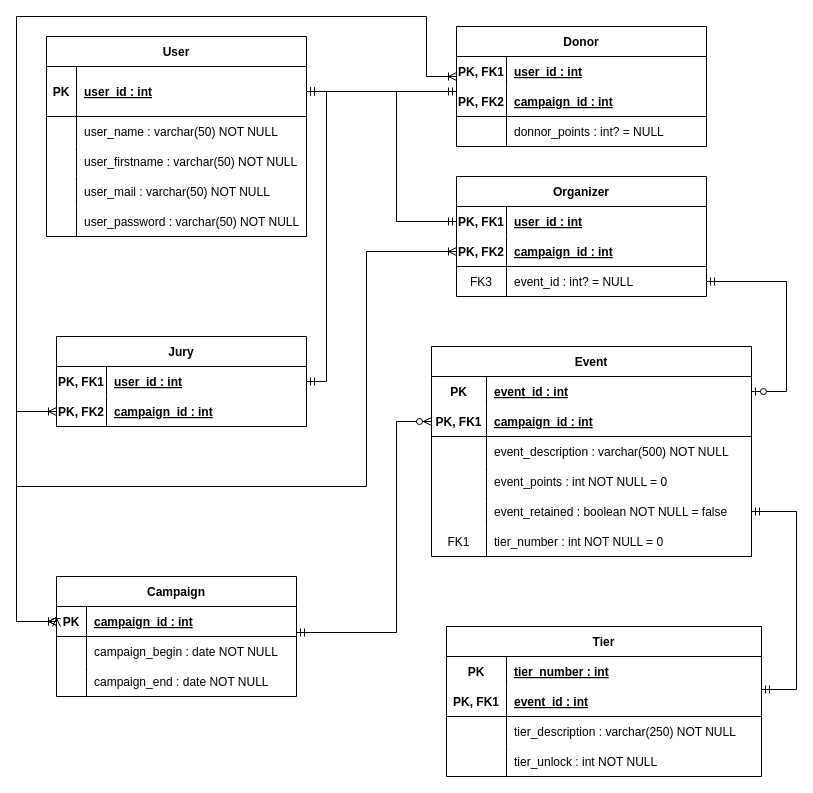
Before: sql/ER_Diagram_DB.drawio in Pierron-Lucas/PHP-EVENT-IO, a draw.io diagram. Source tidied: cells renumbered, new cells numbered last; positions are measured from the earlier drawing's top-left corner, leaving out a move shared by most shapes. Both pictures are drawn from the tidied source at 100%, with x=0, y=0 at pixel (16, 16).
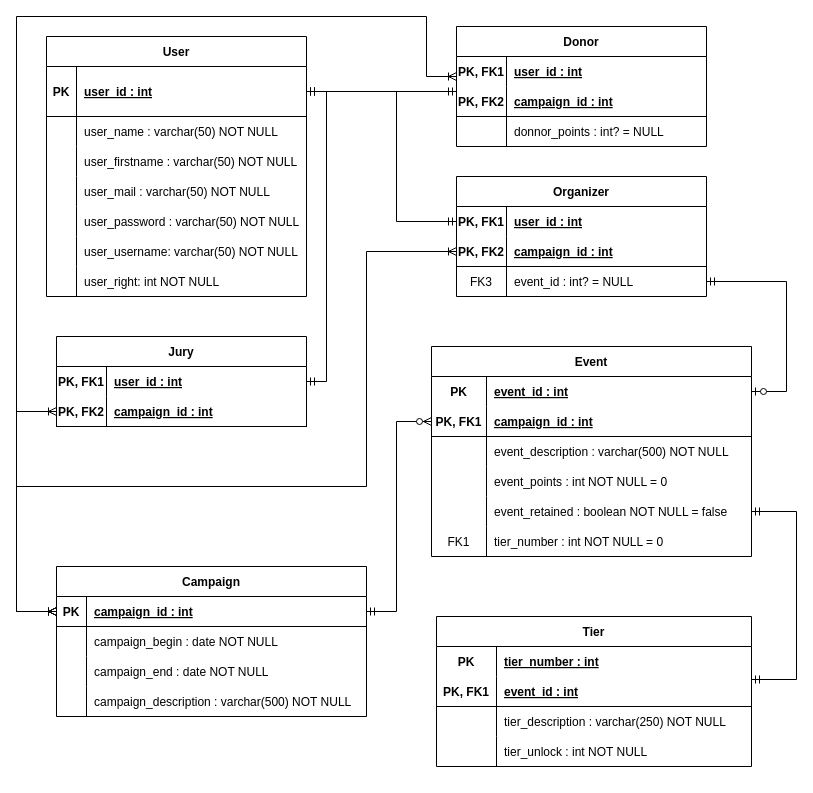
After the change.

Unchanged cells that the change refers to:
```xml
<mxCell id="6" style="shape=tableRow;horizontal=0;startSize=0;swimlaneHead=0;swimlaneBody=0;fillColor=none;points=[[0,0.5],[1,0.5]];portConstraint=eastwest;top=0;left=0;right=0;bottom=1;" parent="2" vertex="1">
  <mxGeometry y="60" width="250" height="30" as="geometry" />
</mxCell>
<mxCell id="34" style="shape=tableRow;horizontal=0;startSize=0;swimlaneHead=0;swimlaneBody=0;fillColor=none;points=[[0,0.5],[1,0.5]];portConstraint=eastwest;top=0;left=0;right=0;bottom=1;" parent="30" vertex="1">
  <mxGeometry y="60" width="250" height="30" as="geometry" />
</mxCell>
<mxCell id="64" style="shape=partialRectangle;fillColor=none;top=0;left=0;bottom=1;right=0;points=[[0,0.5],[1,0.5]];portConstraint=eastwest;" parent="60" vertex="1">
  <mxGeometry y="60" width="320" height="30" as="geometry" />
</mxCell>
<mxCell id="73" style="shape=partialRectangle;fillColor=none;top=0;left=0;bottom=0;right=0;points=[[0,0.5],[1,0.5]];portConstraint=eastwest;" parent="60" vertex="1">
  <mxGeometry y="150" width="320" height="30" as="geometry" />
</mxCell>
<mxCell id="83" style="shape=partialRectangle;fillColor=none;top=0;left=0;bottom=1;right=0;points=[[0,0.5],[1,0.5]];portConstraint=eastwest;" parent="79" vertex="1">
  <mxGeometry y="60" width="315" height="30" as="geometry" />
</mxCell>
```

What changed in the source:
```diff
@@
     <mxCell id="12" value="User" style="shape=table;startSize=30;childLayout=tableLayout;rowLines=0;fontStyle=1;align=center;" parent="1" vertex="1">
-      <mxGeometry x="30" y="20" width="260" height="200" as="geometry" />
+      <mxGeometry x="30" y="20" width="260" height="260" as="geometry" />
     </mxCell>
@@
+    <mxCell id="96" style="shape=partialRectangle;fillColor=none;top=0;left=0;right=0;bottom=0;" parent="12" vertex="1">
+      <mxGeometry y="200" width="260" height="30" as="geometry" />
+    </mxCell>
+    <mxCell id="97" style="shape=partialRectangle;overflow=hidden;fillColor=none;top=0;left=0;bottom=0;right=0;" parent="96" vertex="1">
+      <mxGeometry width="30" height="30" as="geometry" />
+    </mxCell>
+    <mxCell id="98" value="user_username: varchar(50) NOT NULL" style="shape=partialRectangle;overflow=hidden;fillColor=none;top=0;left=0;bottom=0;right=0;align=left;spacingLeft=6;" parent="96" vertex="1">
+      <mxGeometry x="30" width="230" height="30" as="geometry" />
+    </mxCell>
+    <mxCell id="99" style="shape=partialRectangle;fillColor=none;top=0;left=0;right=0;bottom=0;" parent="12" vertex="1">
+      <mxGeometry y="230" width="260" height="30" as="geometry" />
+    </mxCell>
+    <mxCell id="100" style="shape=partialRectangle;overflow=hidden;fillColor=none;top=0;left=0;bottom=0;right=0;" parent="99" vertex="1">
+      <mxGeometry width="30" height="30" as="geometry" />
+    </mxCell>
+    <mxCell id="101" value="user_right: int NOT NULL" style="shape=partialRectangle;overflow=hidden;fillColor=none;top=0;left=0;bottom=0;right=0;align=left;spacingLeft=6;" parent="99" vertex="1">
+      <mxGeometry x="30" width="230" height="30" as="geometry" />
+    </mxCell>
@@
     <mxCell id="38" value="Campaign" style="shape=table;startSize=30;childLayout=tableLayout;rowLines=0;fontStyle=1;align=center;" parent="1" vertex="1">
-      <mxGeometry x="40" y="560" width="240" height="120" as="geometry" />
+      <mxGeometry x="40" y="550" width="310" height="150" as="geometry" />
     </mxCell>
     <mxCell id="39" style="shape=partialRectangle;fillColor=none;top=0;left=0;bottom=1;right=0;points=[[0,0.5],[1,0.5]];portConstraint=eastwest;" parent="38" vertex="1">
-      <mxGeometry y="30" width="240" height="30" as="geometry" />
+      <mxGeometry y="30" width="310" height="30" as="geometry" />
     </mxCell>
@@
     <mxCell id="41" value="campaign_id : int" style="shape=partialRectangle;fillColor=none;top=0;left=0;bottom=0;right=0;align=left;spacingLeft=6;fontStyle=5;overflow=hidden;" parent="39" vertex="1">
-      <mxGeometry x="30" width="210" height="30" as="geometry" />
+      <mxGeometry x="30" width="280" height="30" as="geometry" />
     </mxCell>
     <mxCell id="42" style="shape=partialRectangle;fillColor=none;top=0;left=0;bottom=0;right=0;" parent="38" vertex="1">
-      <mxGeometry y="60" width="240" height="30" as="geometry" />
+      <mxGeometry y="60" width="310" height="30" as="geometry" />
     </mxCell>
@@
     <mxCell id="44" value="campaign_begin : date NOT NULL" style="shape=partialRectangle;fillColor=none;top=0;left=0;bottom=0;right=0;align=left;spacingLeft=6;overflow=hidden;" parent="42" vertex="1">
-      <mxGeometry x="30" width="210" height="30" as="geometry" />
+      <mxGeometry x="30" width="280" height="30" as="geometry" />
     </mxCell>
     <mxCell id="45" style="shape=partialRectangle;fillColor=none;top=0;left=0;bottom=0;right=0;" parent="38" vertex="1">
-      <mxGeometry y="90" width="240" height="30" as="geometry" />
+      <mxGeometry y="90" width="310" height="30" as="geometry" />
     </mxCell>
@@
     <mxCell id="47" value="campaign_end : date NOT NULL" style="shape=partialRectangle;fillColor=none;top=0;left=0;bottom=0;right=0;align=left;spacingLeft=6;overflow=hidden;" parent="45" vertex="1">
-      <mxGeometry x="30" width="210" height="30" as="geometry" />
+      <mxGeometry x="30" width="280" height="30" as="geometry" />
     </mxCell>
+    <mxCell id="102" style="shape=partialRectangle;fillColor=none;top=0;left=0;bottom=0;right=0;" parent="38" vertex="1">
+      <mxGeometry y="120" width="310" height="30" as="geometry" />
+    </mxCell>
+    <mxCell id="103" style="shape=partialRectangle;fillColor=none;top=0;left=0;bottom=0;right=0;overflow=hidden;" parent="102" vertex="1">
+      <mxGeometry width="30" height="30" as="geometry" />
+    </mxCell>
+    <mxCell id="104" value="campaign_description : varchar(500) NOT NULL" style="shape=partialRectangle;fillColor=none;top=0;left=0;bottom=0;right=0;align=left;spacingLeft=6;overflow=hidden;" parent="102" vertex="1">
+      <mxGeometry x="30" width="280" height="30" as="geometry" />
+    </mxCell>
-    <mxCell id="48" style="edgeStyle=orthogonalEdgeStyle;fontSize=12;html=1;endArrow=ERoneToMany;startArrow=ERoneToMany;rounded=0;entryX=0;entryY=0.5;entryDx=0;entryDy=0;" parent="1" edge="1" target="34">
+    <mxCell id="48" style="edgeStyle=orthogonalEdgeStyle;fontSize=12;html=1;endArrow=ERoneToMany;startArrow=ERoneToMany;rounded=0;entryX=0;entryY=0.5;entryDx=0;entryDy=0;exitX=0;exitY=0.5;exitDx=0;exitDy=0;" parent="1" edge="1" source="39" target="34">
       <mxGeometry relative="1" as="geometry">
-        <mxPoint x="40" y="605" as="sourcePoint" />
         <Array as="points">
-          <mxPoint y="605" />
+          <mxPoint y="595" />
           <mxPoint y="395" />
         </Array>
       </mxGeometry>
     </mxCell>
@@
     <mxCell id="79" value="Tier" style="shape=table;startSize=30;childLayout=tableLayout;rowLines=0;fontStyle=1;align=center;" parent="1" vertex="1">
-      <mxGeometry x="430" y="610" width="315" height="150" as="geometry" />
+      <mxGeometry x="420" y="600" width="315" height="150" as="geometry" />
     </mxCell>
@@
     <mxCell id="92" style="edgeStyle=orthogonalEdgeStyle;fontSize=12;html=1;endArrow=ERmandOne;startArrow=ERmandOne;rounded=0;exitX=1;exitY=0.5;exitDx=0;exitDy=0;entryX=1;entryY=0.1;entryDx=0;entryDy=0;entryPerimeter=0;" parent="1" edge="1" source="73" target="83">
       <mxGeometry relative="1" as="geometry">
         <Array as="points">
           <mxPoint x="780" y="495" />
-          <mxPoint x="780" y="673" />
+          <mxPoint x="780" y="663" />
         </Array>
       </mxGeometry>
     </mxCell>
-    <mxCell id="93" style="edgeStyle=orthogonalEdgeStyle;fontSize=12;html=1;endArrow=ERzeroToMany;startArrow=ERmandOne;rounded=0;exitX=1;exitY=0.867;exitDx=0;exitDy=0;entryX=0;entryY=0.5;entryDx=0;entryDy=0;exitPerimeter=0;" parent="1" edge="1" source="39" target="64">
+    <mxCell id="93" style="edgeStyle=orthogonalEdgeStyle;fontSize=12;html=1;endArrow=ERzeroToMany;startArrow=ERmandOne;rounded=0;exitX=1;exitY=0.5;exitDx=0;exitDy=0;entryX=0;entryY=0.5;entryDx=0;entryDy=0;" parent="1" edge="1" source="39" target="64">
       <mxGeometry relative="1" as="geometry">
         <Array as="points">
-          <mxPoint x="380" y="616" />
+          <mxPoint x="380" y="595" />
           <mxPoint x="380" y="405" />
         </Array>
       </mxGeometry>
     </mxCell>
-    <mxCell id="94" style="edgeStyle=orthogonalEdgeStyle;fontSize=12;html=1;endArrow=ERoneToMany;startArrow=ERoneToMany;rounded=0;entryX=0;entryY=0.5;entryDx=0;entryDy=0;exitX=0;exitY=0.667;exitDx=0;exitDy=0;exitPerimeter=0;" parent="1" edge="1" source="39" target="6">
+    <mxCell id="94" style="edgeStyle=orthogonalEdgeStyle;fontSize=12;html=1;endArrow=ERoneToMany;startArrow=ERoneToMany;rounded=0;entryX=0;entryY=0.5;entryDx=0;entryDy=0;exitX=0;exitY=0.5;exitDx=0;exitDy=0;" parent="1" edge="1" source="39" target="6">
       <mxGeometry relative="1" as="geometry">
         <Array as="points">
-          <mxPoint x="40" y="605" />
-          <mxPoint y="605" />
+          <mxPoint y="595" />
           <mxPoint y="470" />
           <mxPoint x="350" y="470" />
           <mxPoint x="350" y="235" />
         </Array>
       </mxGeometry>
     </mxCell>
     <mxCell id="95" style="edgeStyle=orthogonalEdgeStyle;fontSize=12;html=1;endArrow=ERoneToMany;startArrow=ERoneToMany;rounded=0;exitX=0;exitY=0.5;exitDx=0;exitDy=0;" parent="1" edge="1" source="39">
       <mxGeometry relative="1" as="geometry">
         <mxPoint x="440" y="60" as="targetPoint" />
         <Array as="points">
-          <mxPoint y="605" />
+          <mxPoint y="595" />
           <mxPoint />
           <mxPoint x="410" />
           <mxPoint x="410" y="60" />
         </Array>
       </mxGeometry>
     </mxCell>
```
